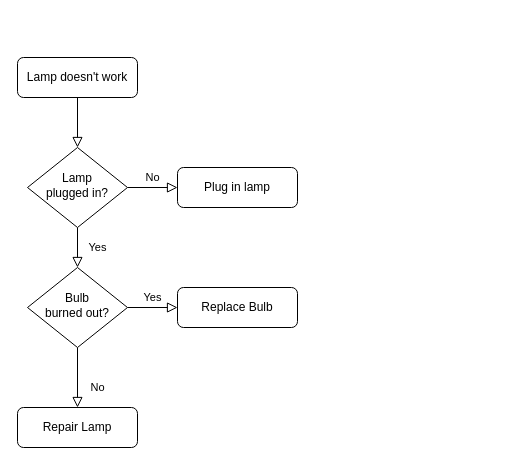
Above: Untitled Diagram.drawio in lb9726/Qt_Practice (draw.io), before the change. Source tidied: cells renumbered, new cells numbered last; positions are measured from the earlier drawing's top-left corner, leaving out a move shared by most shapes. Both pictures are drawn from the tidied source at 100%, with x=0, y=0 at pixel (17, 57).
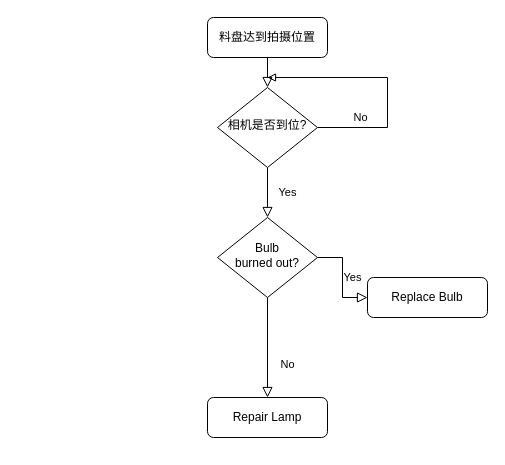
After the change.

Change to the diagram source:
```diff
@@
 <mxGraphModel>
   <root>
     <mxCell id="0" />
     <mxCell id="1" parent="0" />
     <mxCell id="2" style="rounded=0;html=1;jettySize=auto;fontSize=11;endArrow=block;endFill=0;endSize=8;strokeWidth=1;shadow=0;labelBackgroundColor=none;edgeStyle=orthogonalEdgeStyle;" parent="1" edge="1" source="3" target="6">
       <mxGeometry relative="1" as="geometry" />
     </mxCell>
-    <mxCell id="3" value="Lamp doesn't work" style="rounded=1;whiteSpace=wrap;html=1;fontSize=12;glass=0;strokeWidth=1;shadow=0;" parent="1" vertex="1">
-      <mxGeometry width="120" height="40" as="geometry" />
+    <mxCell id="3" value="料盘达到拍摄位置" style="rounded=1;whiteSpace=wrap;html=1;fontSize=12;glass=0;strokeWidth=1;shadow=0;" parent="1" vertex="1">
+      <mxGeometry x="190" y="-40" width="120" height="40" as="geometry" />
     </mxCell>
     <mxCell id="4" value="Yes" style="rounded=0;html=1;jettySize=auto;fontSize=11;endArrow=block;endFill=0;endSize=8;strokeWidth=1;shadow=0;labelBackgroundColor=none;edgeStyle=orthogonalEdgeStyle;" parent="1" edge="1" source="6" target="10">
       <mxGeometry y="20" relative="1" as="geometry" />
     </mxCell>
-    <mxCell id="5" value="No" style="edgeStyle=orthogonalEdgeStyle;rounded=0;html=1;jettySize=auto;fontSize=11;endArrow=block;endFill=0;endSize=8;strokeWidth=1;shadow=0;labelBackgroundColor=none;" parent="1" edge="1" source="6" target="7">
-      <mxGeometry y="10" relative="1" as="geometry" />
+    <mxCell id="5" value="No" style="edgeStyle=orthogonalEdgeStyle;rounded=0;html=1;jettySize=auto;fontSize=11;endArrow=block;endFill=0;strokeWidth=1;shadow=0;labelBackgroundColor=none;" parent="1" edge="1" source="6">
+      <mxGeometry x="-0.64" y="10" relative="1" as="geometry">
+        <mxPoint x="250" y="20" as="targetPoint" />
+        <Array as="points">
+          <mxPoint x="370" y="70" />
+          <mxPoint x="370" y="20" />
+        </Array>
+      </mxGeometry>
     </mxCell>
-    <mxCell id="6" value="Lamp&lt;br&gt;plugged in?" style="rhombus;whiteSpace=wrap;html=1;shadow=0;fontFamily=Helvetica;fontSize=12;align=center;strokeWidth=1;spacing=6;spacingTop=-4;" parent="1" vertex="1">
-      <mxGeometry x="10" y="90" width="100" height="80" as="geometry" />
+    <mxCell id="6" value="相机是否到位?" style="rhombus;whiteSpace=wrap;html=1;shadow=0;fontFamily=Helvetica;fontSize=12;align=center;strokeWidth=1;spacing=6;spacingTop=-4;" parent="1" vertex="1">
+      <mxGeometry x="200" y="30" width="100" height="80" as="geometry" />
     </mxCell>
-    <mxCell id="7" value="Plug in lamp" style="rounded=1;whiteSpace=wrap;html=1;fontSize=12;glass=0;strokeWidth=1;shadow=0;" parent="1" vertex="1">
-      <mxGeometry x="160" y="110" width="120" height="40" as="geometry" />
-    </mxCell>
     <mxCell id="8" value="No" style="rounded=0;html=1;jettySize=auto;fontSize=11;endArrow=block;endFill=0;endSize=8;strokeWidth=1;shadow=0;labelBackgroundColor=none;edgeStyle=orthogonalEdgeStyle;" parent="1" edge="1" source="10" target="11">
       <mxGeometry x="0.33" y="20" relative="1" as="geometry" />
     </mxCell>
     <mxCell id="9" value="Yes" style="edgeStyle=orthogonalEdgeStyle;rounded=0;html=1;jettySize=auto;fontSize=11;endArrow=block;endFill=0;endSize=8;strokeWidth=1;shadow=0;labelBackgroundColor=none;" parent="1" edge="1" source="10" target="12">
       <mxGeometry y="10" relative="1" as="geometry" />
     </mxCell>
     <mxCell id="10" value="Bulb&lt;br&gt;burned out?" style="rhombus;whiteSpace=wrap;html=1;shadow=0;fontFamily=Helvetica;fontSize=12;align=center;strokeWidth=1;spacing=6;spacingTop=-4;" parent="1" vertex="1">
-      <mxGeometry x="10" y="210" width="100" height="80" as="geometry" />
+      <mxGeometry x="200" y="160" width="100" height="80" as="geometry" />
     </mxCell>
     <mxCell id="11" value="Repair Lamp" style="rounded=1;whiteSpace=wrap;html=1;fontSize=12;glass=0;strokeWidth=1;shadow=0;" parent="1" vertex="1">
-      <mxGeometry y="350" width="120" height="40" as="geometry" />
+      <mxGeometry x="190" y="340" width="120" height="40" as="geometry" />
     </mxCell>
     <mxCell id="12" value="Replace Bulb" style="rounded=1;whiteSpace=wrap;html=1;fontSize=12;glass=0;strokeWidth=1;shadow=0;" parent="1" vertex="1">
-      <mxGeometry x="160" y="230" width="120" height="40" as="geometry" />
+      <mxGeometry x="350" y="220" width="120" height="40" as="geometry" />
     </mxCell>
   </root>
 </mxGraphModel>
```
